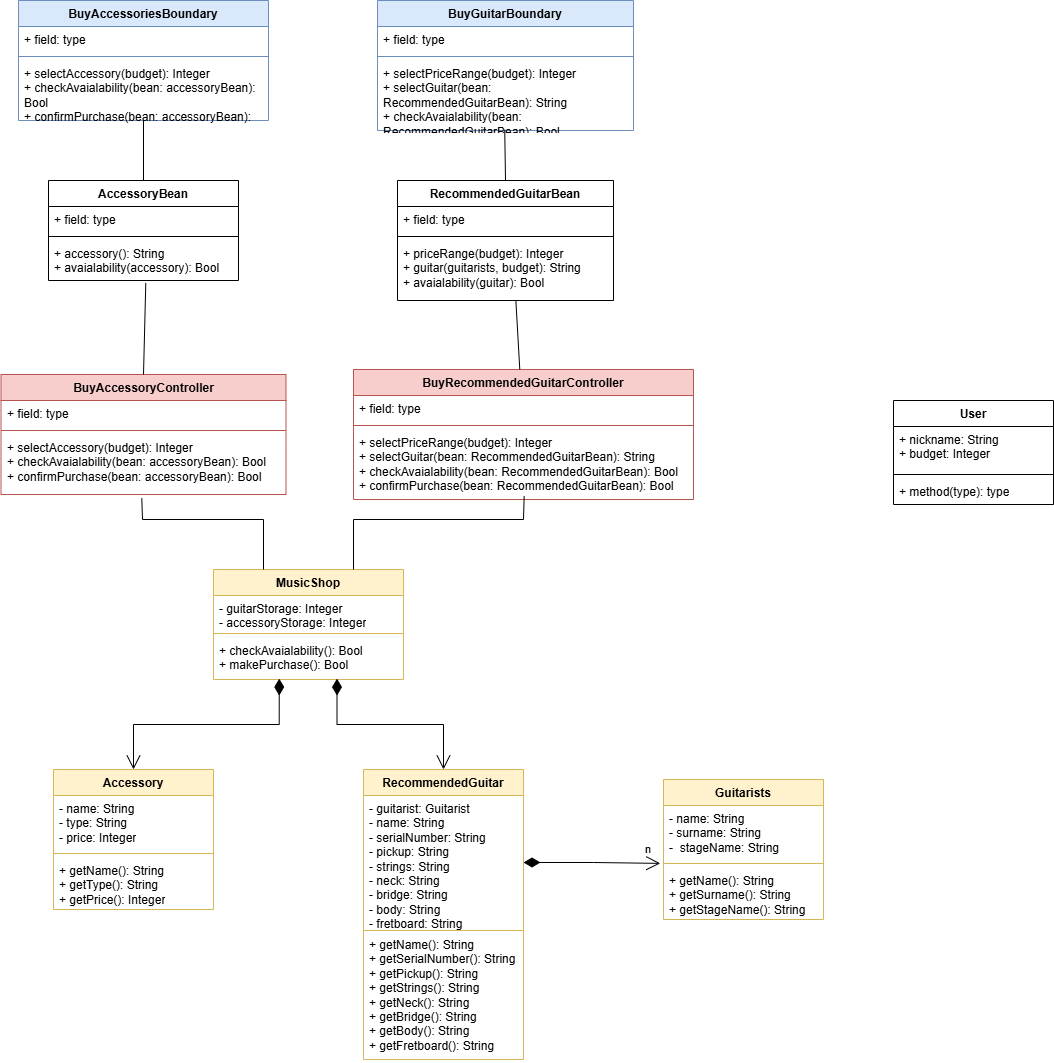
Above: diagrams/BCEM.drawio.png in TizianoLilli/ISPW-Project (draw.io), before the change. Source tidied: cells renumbered, new cells last; positions are measured from the earlier drawing's top-left corner, leaving out a move shared by most shapes.
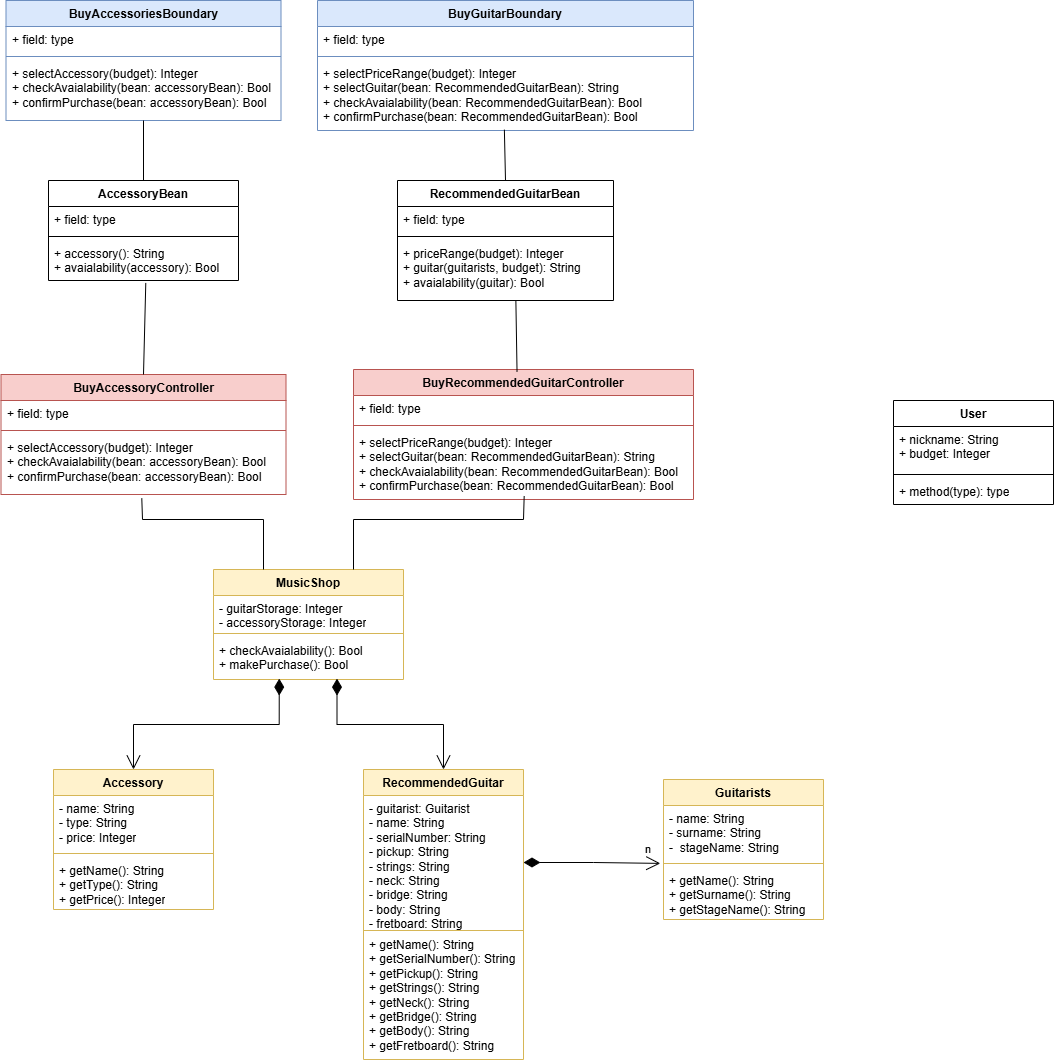
Later version of the same file.

Change to the diagram source:
```diff
@@ -51,16 +51,16 @@
       <mxGeometry y="60" width="340" height="70" as="geometry" />
     </mxCell>
     <mxCell id="18" value="BuyGuitarBoundary" style="swimlane;fontStyle=1;align=center;verticalAlign=top;horizontal=1;startSize=26;whiteSpace=wrap;html=1;fillColor=#dae8fc;strokeColor=#6c8ebf;" parent="1" vertex="1">
-      <mxGeometry x="376" width="256" height="130" as="geometry" />
+      <mxGeometry x="316" width="376" height="130" as="geometry" />
     </mxCell>
     <mxCell id="19" value="+ field: type" style="text;strokeColor=none;fillColor=none;align=left;verticalAlign=top;spacingLeft=4;spacingRight=4;overflow=hidden;whiteSpace=wrap;html=1;" parent="18" vertex="1">
-      <mxGeometry y="26" width="256" height="26" as="geometry" />
+      <mxGeometry y="26" width="376" height="26" as="geometry" />
     </mxCell>
     <mxCell id="20" style="line;strokeWidth=1;fillColor=none;align=left;verticalAlign=middle;spacingTop=-1;spacingLeft=3;spacingRight=3;labelPosition=right;strokeColor=inherit;" parent="18" vertex="1">
-      <mxGeometry y="52" width="256" height="8" as="geometry" />
+      <mxGeometry y="52" width="376" height="8" as="geometry" />
     </mxCell>
     <mxCell id="21" value="+ selectPriceRange(budget): Integer&lt;div&gt;+ selectGuitar(bean: RecommendedGuitarBean): String&lt;/div&gt;&lt;div&gt;+ checkAvaialability(bean: RecommendedGuitarBean): Bool&lt;/div&gt;&lt;div&gt;+ confirmPurchase(bean: RecommendedGuitarBean): Bool&lt;/div&gt;" style="text;strokeColor=none;fillColor=none;align=left;verticalAlign=top;spacingLeft=4;spacingRight=4;overflow=hidden;points=[[0,0.5],[1,0.5]];portConstraint=eastwest;whiteSpace=wrap;html=1;" parent="18" vertex="1">
-      <mxGeometry y="60" width="256" height="70" as="geometry" />
+      <mxGeometry y="60" width="376" height="70" as="geometry" />
     </mxCell>
     <mxCell id="22" style="endArrow=none;html=1;rounded=0;exitX=0.497;exitY=0.988;exitDx=0;exitDy=0;exitPerimeter=0;entryX=0.5;entryY=0;entryDx=0;entryDy=0;" parent="1" edge="1" source="21" target="49">
       <mxGeometry relative="1" as="geometry" />
@@ -102,16 +102,16 @@
       <mxGeometry y="60" width="285" height="60" as="geometry" />
     </mxCell>
     <mxCell id="35" value="BuyAccessoriesBoundary" style="swimlane;fontStyle=1;align=center;verticalAlign=top;horizontal=1;startSize=26;whiteSpace=wrap;html=1;fillColor=#dae8fc;strokeColor=#6c8ebf;" parent="1" vertex="1">
-      <mxGeometry x="17" width="250" height="120" as="geometry" />
+      <mxGeometry x="4.5" width="275" height="120" as="geometry" />
     </mxCell>
     <mxCell id="36" value="+ field: type" style="text;strokeColor=none;fillColor=none;align=left;verticalAlign=top;spacingLeft=4;spacingRight=4;overflow=hidden;whiteSpace=wrap;html=1;" parent="35" vertex="1">
-      <mxGeometry y="26" width="250" height="26" as="geometry" />
+      <mxGeometry y="26" width="275" height="26" as="geometry" />
     </mxCell>
     <mxCell id="37" style="line;strokeWidth=1;fillColor=none;align=left;verticalAlign=middle;spacingTop=-1;spacingLeft=3;spacingRight=3;labelPosition=right;strokeColor=inherit;" parent="35" vertex="1">
-      <mxGeometry y="52" width="250" height="8" as="geometry" />
+      <mxGeometry y="52" width="275" height="8" as="geometry" />
     </mxCell>
     <mxCell id="38" value="+ selectAccessory(budget): Integer&lt;div&gt;+ checkAvaialability(bean: accessoryBean): Bool&lt;/div&gt;&lt;div&gt;+ confirmPurchase(bean: accessoryBean): Bool&lt;/div&gt;" style="text;strokeColor=none;fillColor=none;align=left;verticalAlign=top;spacingLeft=4;spacingRight=4;overflow=hidden;whiteSpace=wrap;html=1;" parent="35" vertex="1">
-      <mxGeometry y="60" width="250" height="60" as="geometry" />
+      <mxGeometry y="60" width="275" height="60" as="geometry" />
     </mxCell>
     <mxCell id="39" style="endArrow=none;html=1;rounded=0;entryX=0.502;entryY=0.95;entryDx=0;entryDy=0;entryPerimeter=0;" parent="1" edge="1" target="17">
       <mxGeometry relative="1" as="geometry">
@@ -176,7 +176,7 @@
     <mxCell id="53" style="endArrow=none;html=1;rounded=0;exitX=0.5;exitY=0;exitDx=0;exitDy=0;entryX=0.512;entryY=1.061;entryDx=0;entryDy=0;entryPerimeter=0;" parent="1" edge="1" source="31" target="48">
       <mxGeometry relative="1" as="geometry" />
     </mxCell>
-    <mxCell id="54" style="endArrow=none;html=1;rounded=0;entryX=0.548;entryY=1.004;entryDx=0;entryDy=0;entryPerimeter=0;" parent="1" edge="1" source="14" target="52">
+    <mxCell id="54" style="endArrow=none;html=1;rounded=0;entryX=0.548;entryY=1.004;entryDx=0;entryDy=0;entryPerimeter=0;exitX=0.481;exitY=0.018;exitDx=0;exitDy=0;exitPerimeter=0;" parent="1" edge="1" source="14" target="52">
       <mxGeometry relative="1" as="geometry" />
     </mxCell>
   </root>
```
